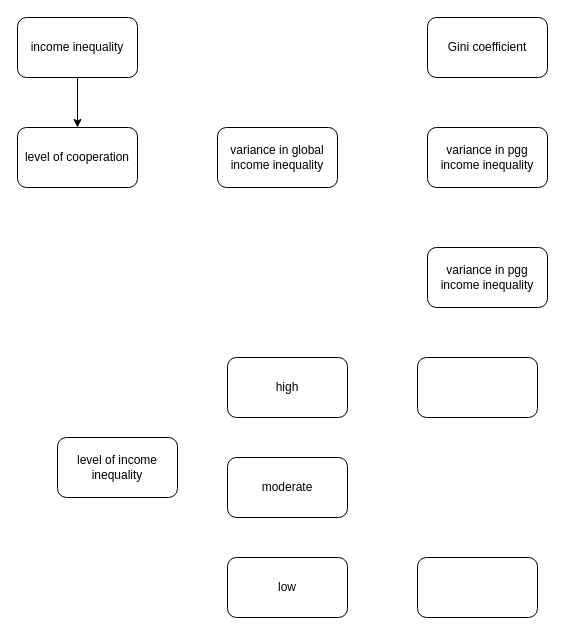
Before: page "constructs" (1 of 3) of _writing/00-pgg_paper.drawio in justin-boldsen/msc2024-scientific_writing, a draw.io diagram. Source tidied: cells renumbered, new cells numbered last; positions are measured from the earlier drawing's top-left corner, leaving out a move shared by most shapes. Both pictures are drawn from the tidied source at 100%, with x=0, y=0 at pixel (17, 17).
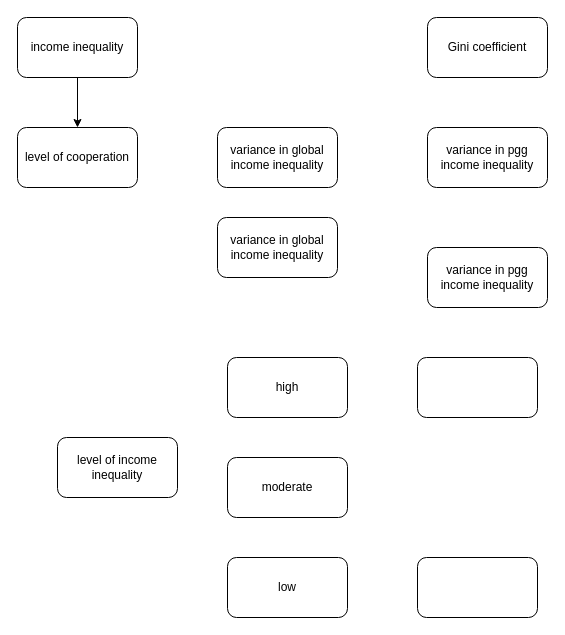
The same page after the edit.

What changed in the source:
```diff
@@
 <mxGraphModel>
   <root>
     <mxCell id="0" />
     <mxCell id="1" parent="0" />
     <mxCell id="2" value="Gini coefficient" style="rounded=1;whiteSpace=wrap;html=1;" parent="1" vertex="1">
       <mxGeometry x="410" width="120" height="60" as="geometry" />
     </mxCell>
     <mxCell id="3" style="edgeStyle=orthogonalEdgeStyle;rounded=0;jettySize=auto;html=1;exitX=0.5;exitY=1;exitDx=0;exitDy=0;entryX=0.5;entryY=0;entryDx=0;entryDy=0;" parent="1" edge="1" source="4" target="8">
       <mxGeometry relative="1" as="geometry" />
     </mxCell>
     <mxCell id="4" value="income inequality" style="rounded=1;whiteSpace=wrap;html=1;" parent="1" vertex="1">
       <mxGeometry width="120" height="60" as="geometry" />
     </mxCell>
     <mxCell id="5" value="variance in pgg income inequality" style="rounded=1;whiteSpace=wrap;html=1;" parent="1" vertex="1">
       <mxGeometry x="410" y="110" width="120" height="60" as="geometry" />
     </mxCell>
     <mxCell id="6" value="variance in global income inequality" style="rounded=1;whiteSpace=wrap;html=1;" parent="1" vertex="1">
       <mxGeometry x="200" y="110" width="120" height="60" as="geometry" />
     </mxCell>
     <mxCell id="7" value="variance in pgg income inequality" style="rounded=1;whiteSpace=wrap;html=1;" parent="1" vertex="1">
       <mxGeometry x="410" y="230" width="120" height="60" as="geometry" />
     </mxCell>
     <mxCell id="8" value="level of cooperation" style="rounded=1;whiteSpace=wrap;html=1;" parent="1" vertex="1">
       <mxGeometry y="110" width="120" height="60" as="geometry" />
     </mxCell>
     <mxCell id="9" value="level of income inequality" style="rounded=1;whiteSpace=wrap;html=1;" parent="1" vertex="1">
       <mxGeometry x="40" y="420" width="120" height="60" as="geometry" />
     </mxCell>
     <mxCell id="10" value="high" style="rounded=1;whiteSpace=wrap;html=1;" parent="1" vertex="1">
       <mxGeometry x="210" y="340" width="120" height="60" as="geometry" />
     </mxCell>
     <mxCell id="11" value="low" style="rounded=1;whiteSpace=wrap;html=1;" parent="1" vertex="1">
       <mxGeometry x="210" y="540" width="120" height="60" as="geometry" />
     </mxCell>
     <mxCell id="12" style="rounded=1;whiteSpace=wrap;html=1;" parent="1" vertex="1">
       <mxGeometry x="400" y="540" width="120" height="60" as="geometry" />
     </mxCell>
     <mxCell id="13" style="rounded=1;whiteSpace=wrap;html=1;" parent="1" vertex="1">
       <mxGeometry x="400" y="340" width="120" height="60" as="geometry" />
     </mxCell>
     <mxCell id="14" value="moderate" style="rounded=1;whiteSpace=wrap;html=1;" parent="1" vertex="1">
       <mxGeometry x="210" y="440" width="120" height="60" as="geometry" />
     </mxCell>
+    <mxCell id="15" value="variance in global income inequality" style="rounded=1;whiteSpace=wrap;html=1;" parent="1" vertex="1">
+      <mxGeometry x="200" y="200" width="120" height="60" as="geometry" />
+    </mxCell>
   </root>
 </mxGraphModel>
```
